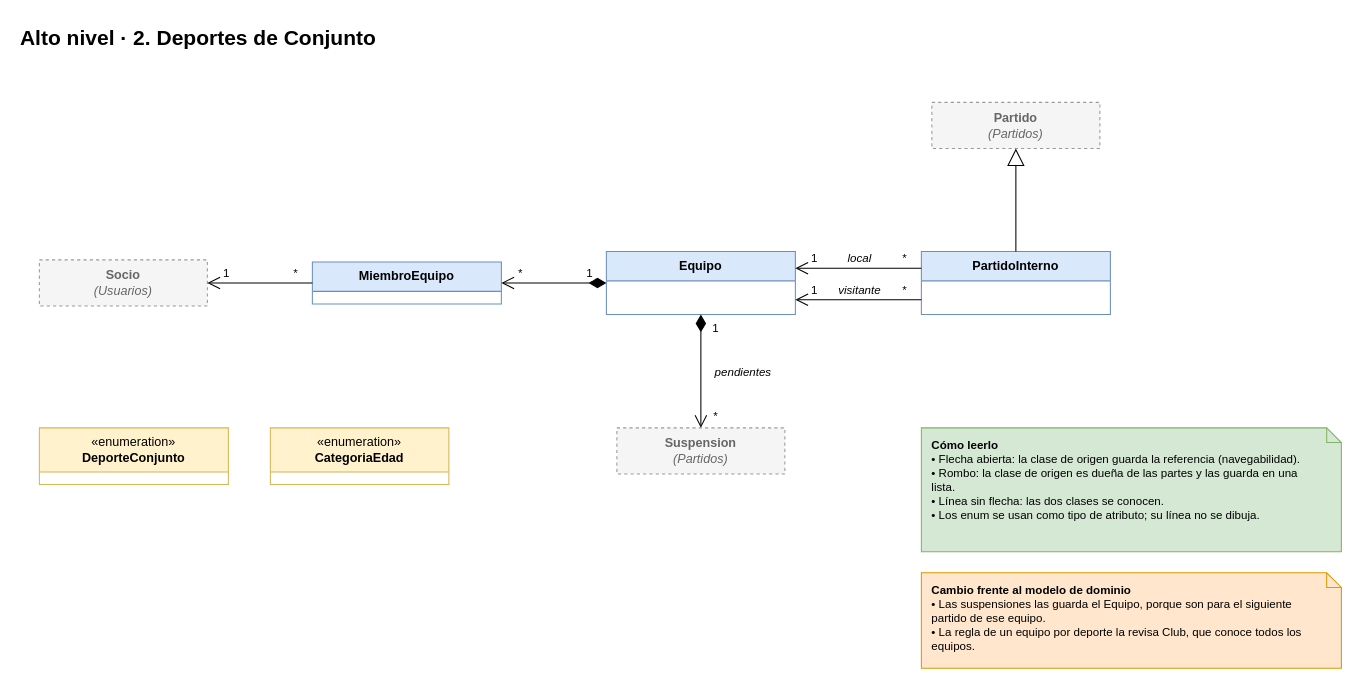
Earlier version of the draw.io diagram page "Alto nivel · 2. Conjunto" (5 of 11) of Entrega_2/recursos/DiagramasDiseno.drawio (NIK25PR/Proyecto-1). Source tidied: cells renumbered, new cells numbered last; positions are measured from the earlier drawing's top-left corner, leaving out a move shared by most shapes. Both pictures are drawn from the tidied source at 105%, with x=0, y=0 at pixel (18, 18).
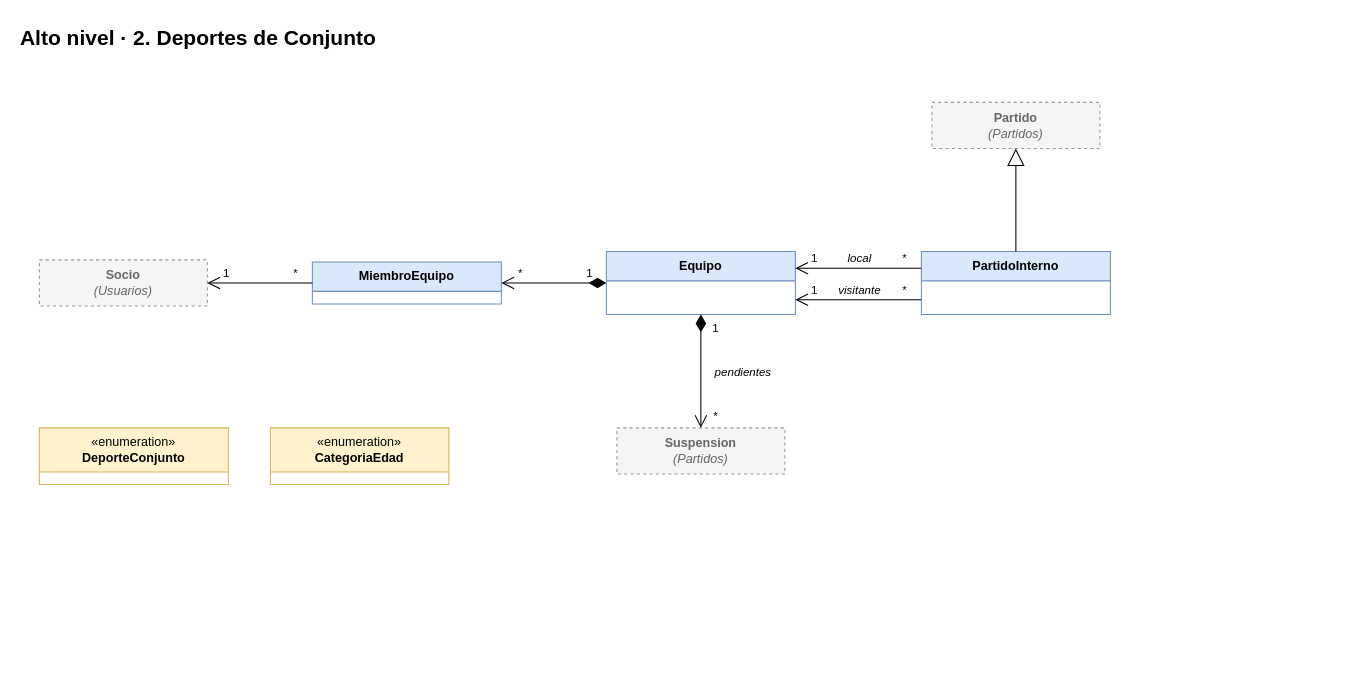
After the change.

Commit message (it also covers changes not shown here):
Implementacion de partidos, estadisticas y miembros de equipo

Diff of the diagram source:
```diff
@@
-    <mxCell id="30" value="&lt;b&gt;Cómo leerlo&lt;/b&gt;&lt;br&gt;• Flecha abierta: la clase de origen guarda la referencia (navegabilidad).&lt;br&gt;• Rombo: la clase de origen es dueña de las partes y las guarda en una lista.&lt;br&gt;• Línea sin flecha: las dos clases se conocen.&lt;br&gt;• Los enum se usan como tipo de atributo; su línea no se dibuja." style="shape=note;whiteSpace=wrap;html=1;backgroundOutline=1;size=14;align=left;verticalAlign=top;spacingLeft=8;spacingTop=4;spacingRight=16;fontSize=11;fillColor=#d5e8d4;strokeColor=#82b366;" parent="1" vertex="1">
-      <mxGeometry x="860" y="390" width="400" height="118" as="geometry" />
-    </mxCell>
-    <mxCell id="31" value="&lt;b&gt;Cambio frente al modelo de dominio&lt;/b&gt;&lt;br&gt;• Las suspensiones las guarda el Equipo, porque son para el siguiente partido de ese equipo.&lt;br&gt;• La regla de un equipo por deporte la revisa Club, que conoce todos los equipos." style="shape=note;whiteSpace=wrap;html=1;backgroundOutline=1;size=14;align=left;verticalAlign=top;spacingLeft=8;spacingTop=4;spacingRight=16;fontSize=11;fillColor=#ffe6cc;strokeColor=#d79b00;" parent="1" vertex="1">
-      <mxGeometry x="860" y="528" width="400" height="91" as="geometry" />
-    </mxCell>
```
